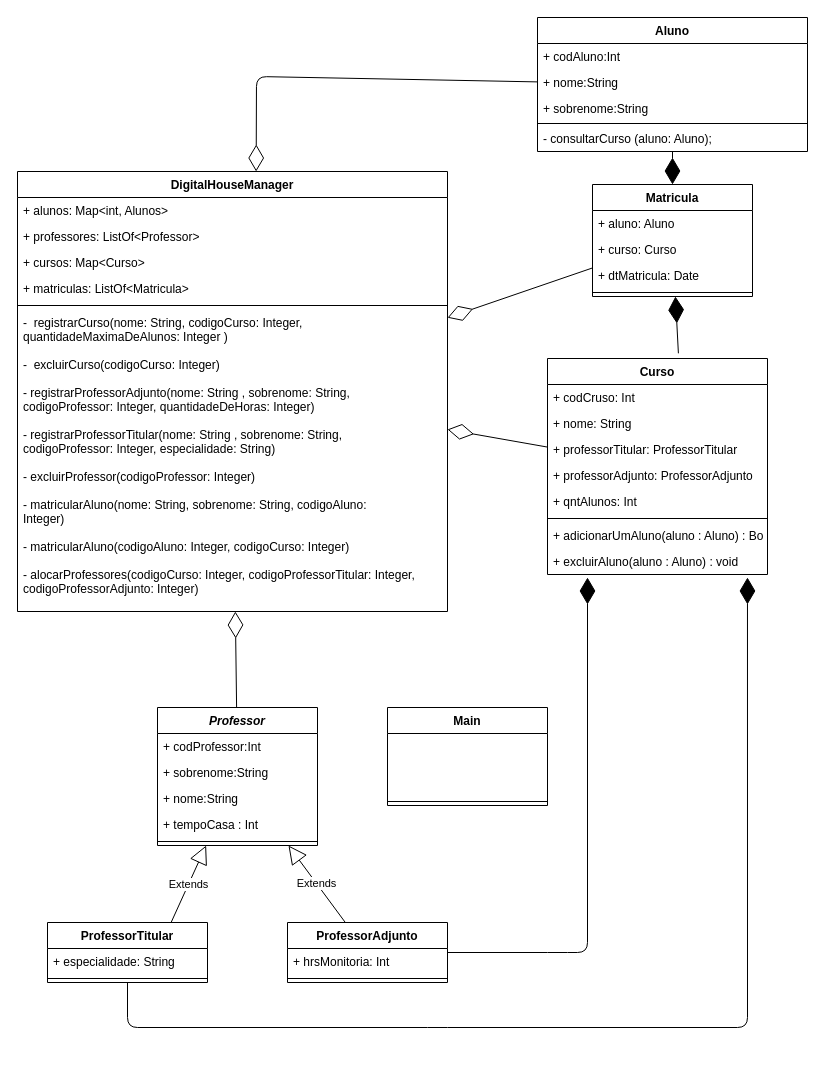
Earlier version of the draw.io diagram Desafio1drawio.drawio (Nogueira94/desafio1_digital_house). Source tidied: cells renumbered, new cells numbered last; positions are measured from the earlier drawing's top-left corner, leaving out a move shared by most shapes. Both pictures are drawn from the tidied source at 100%, with x=0, y=0 at pixel (17, 17).
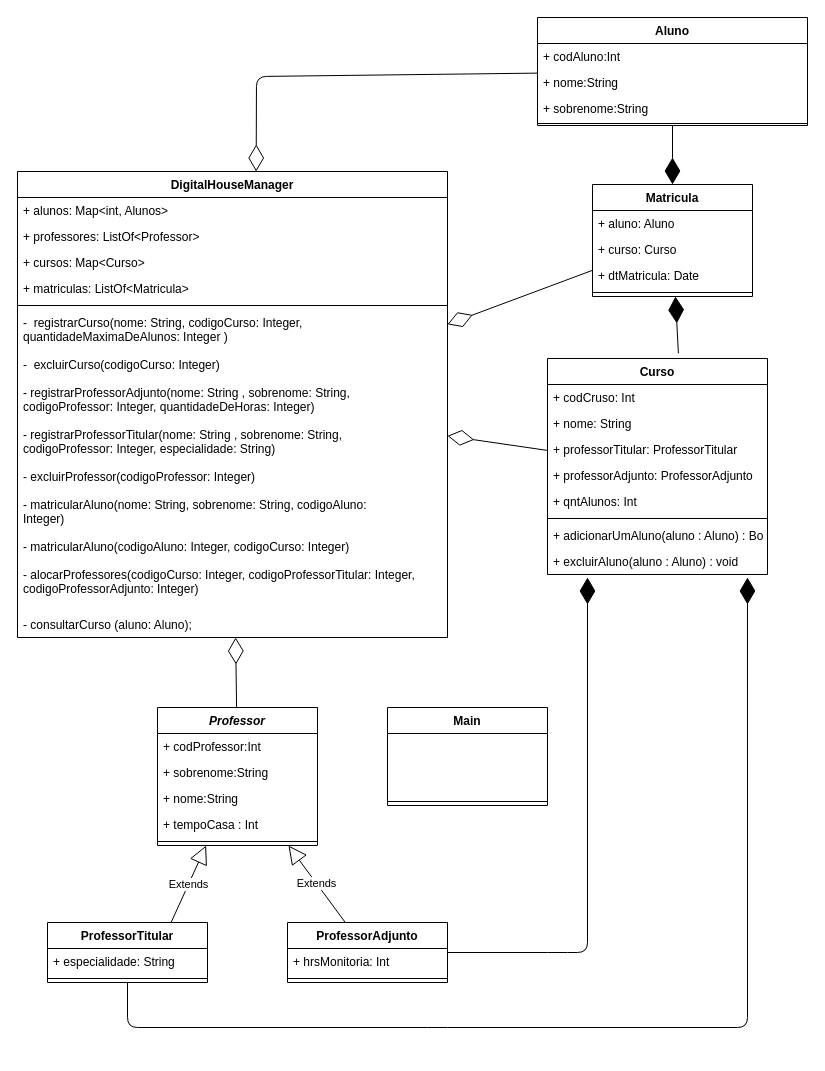
The same diagram, later.

What changed in the source:
```diff
@@
     <mxCell id="10" value="DigitalHouseManager" style="swimlane;fontStyle=1;align=center;verticalAlign=top;horizontal=1;startSize=26;" parent="1" vertex="1">
-      <mxGeometry y="154" width="430" height="440" as="geometry" />
+      <mxGeometry y="154" width="430" height="466" as="geometry" />
     </mxCell>
@@
+    <mxCell id="36" value="- consultarCurso (aluno: Aluno);" style="text;strokeColor=none;fillColor=none;align=left;verticalAlign=top;spacingLeft=4;spacingRight=4;overflow=hidden;" parent="10" vertex="1">
+      <mxGeometry y="440" width="430" height="26" as="geometry" />
+    </mxCell>
@@
     <mxCell id="31" value="Aluno" style="swimlane;fontStyle=1;align=center;verticalAlign=top;horizontal=1;startSize=26;" parent="1" vertex="1">
-      <mxGeometry x="520" width="270" height="134" as="geometry" />
+      <mxGeometry x="520" width="270" height="108" as="geometry" />
     </mxCell>
@@
-    <mxCell id="36" value="- consultarCurso (aluno: Aluno);" style="text;strokeColor=none;fillColor=none;align=left;verticalAlign=top;spacingLeft=4;spacingRight=4;overflow=hidden;" parent="31" vertex="1">
-      <mxGeometry y="108" width="270" height="26" as="geometry" />
-    </mxCell>
```
